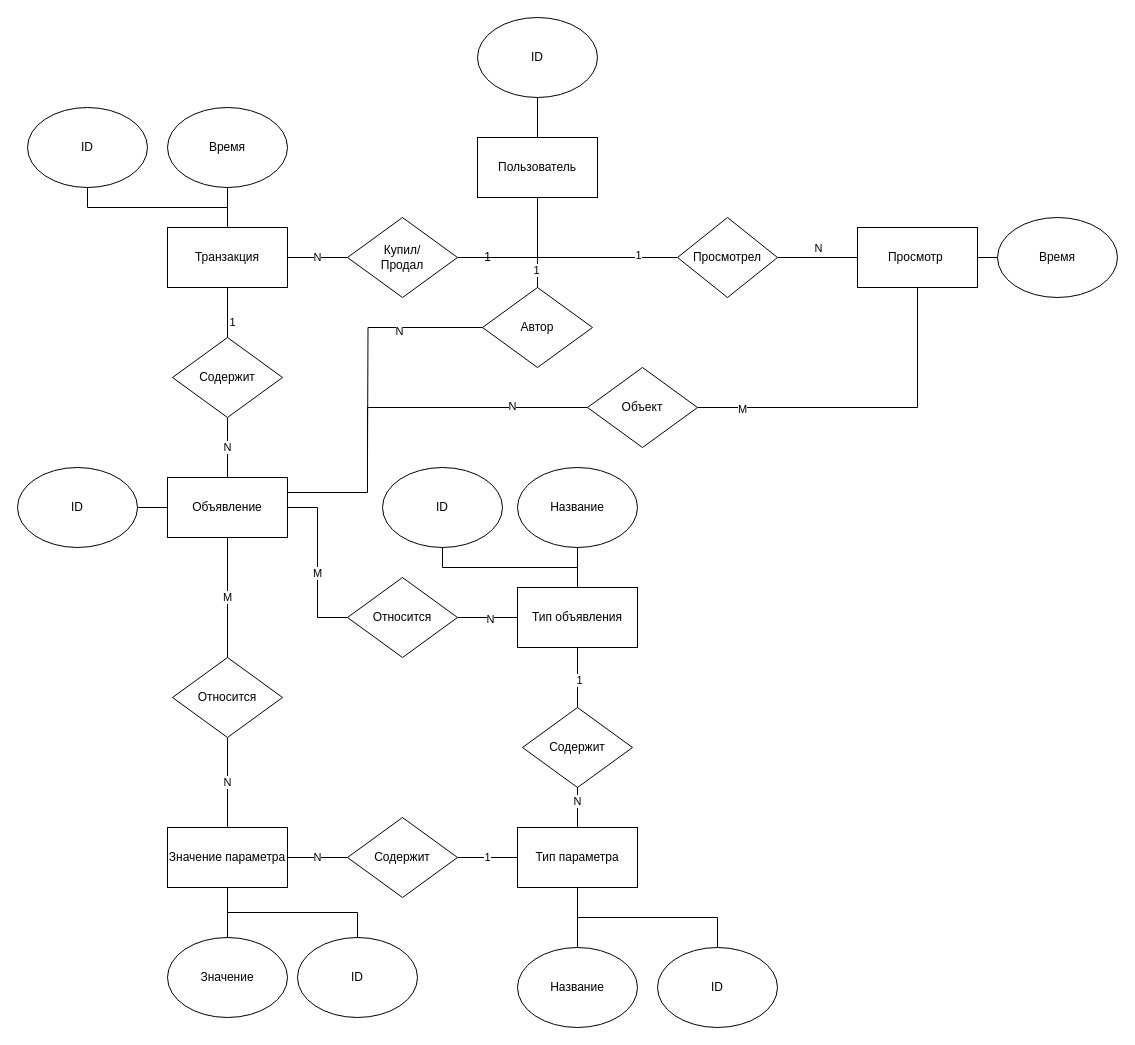
Holodome/maweituo keeps this draw.io diagram as docs/img/algo-er.drawio. Above is the earlier version. Source tidied: cells renumbered, new cells numbered last; positions are measured from the earlier drawing's top-left corner, leaving out a move shared by most shapes. Both pictures are drawn from the tidied source at 100%, with x=0, y=0 at pixel (17, 17).
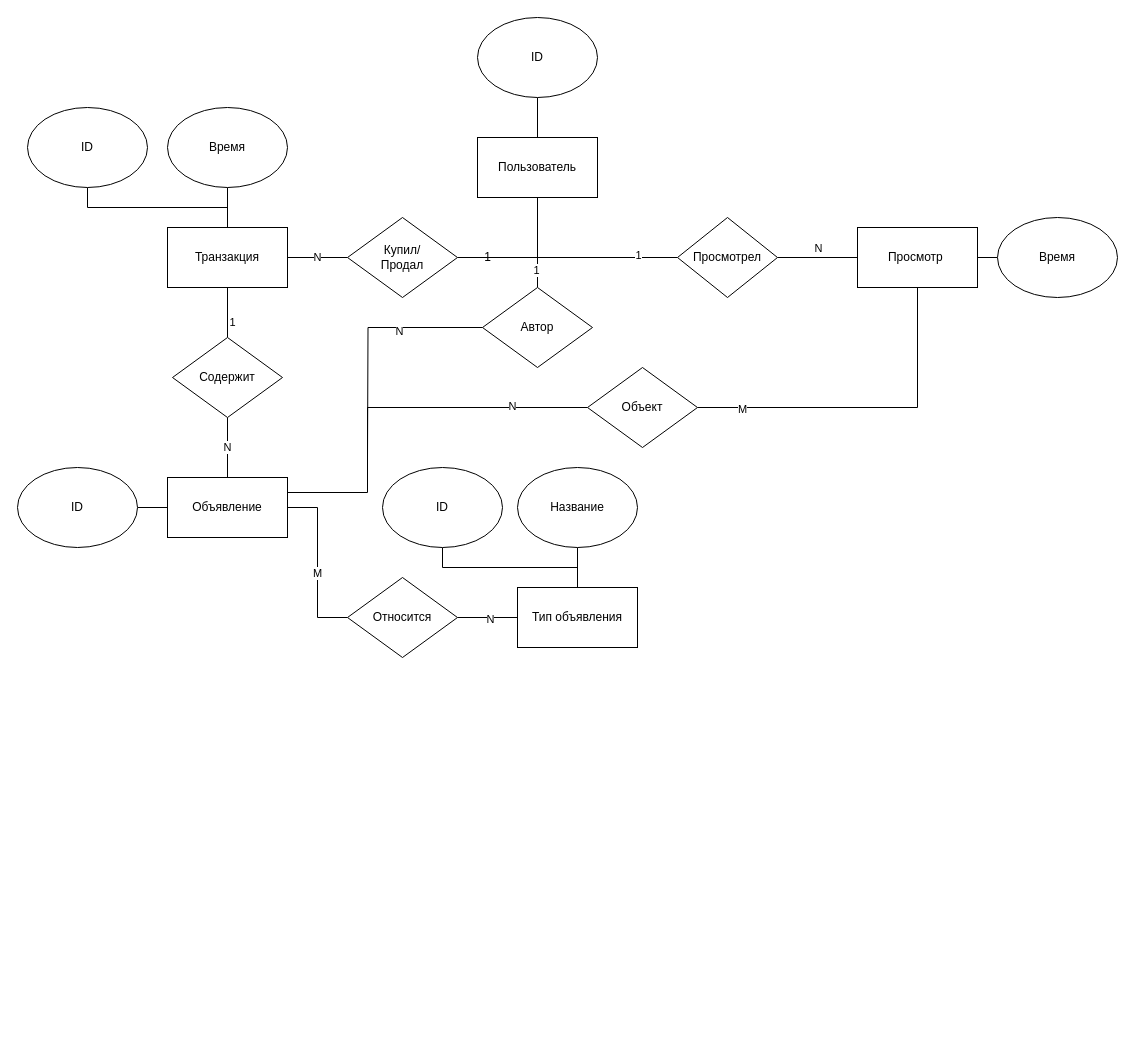
The same diagram, later.

The change refers to these unchanged cells:
```xml
<mxCell id="10" value="Тип объявления" style="rounded=0;whiteSpace=wrap;html=1;" parent="1" vertex="1">
  <mxGeometry x="500" y="570" width="120" height="60" as="geometry" />
</mxCell>
<mxCell id="31" value="Объявление" style="rounded=0;whiteSpace=wrap;html=1;" parent="1" vertex="1">
  <mxGeometry x="150" y="460" width="120" height="60" as="geometry" />
</mxCell>
```

The edit, as a diff of the source:
```diff
@@
-    <mxCell id="8" style="edgeStyle=orthogonalEdgeStyle;rounded=0;html=1;exitX=0.5;exitY=1;exitDx=0;exitDy=0;entryX=0.5;entryY=0;entryDx=0;entryDy=0;endArrow=none;endFill=0;" parent="1" edge="1" source="10" target="46">
-      <mxGeometry relative="1" as="geometry" />
-    </mxCell>
-    <mxCell id="9" value="1" style="edgeLabel;html=1;align=center;verticalAlign=middle;" parent="8" vertex="1">
-      <mxGeometry x="0.08" y="1" relative="1" as="geometry" />
-    </mxCell>
@@
-    <mxCell id="11" value="1" style="edgeStyle=orthogonalEdgeStyle;rounded=0;html=1;exitX=0;exitY=0.5;exitDx=0;exitDy=0;entryX=1;entryY=0.5;entryDx=0;entryDy=0;endArrow=none;endFill=0;" parent="1" edge="1" source="13" target="59">
-      <mxGeometry relative="1" as="geometry" />
-    </mxCell>
-    <mxCell id="12" style="edgeStyle=orthogonalEdgeStyle;rounded=0;html=1;exitX=0.5;exitY=1;exitDx=0;exitDy=0;entryX=0.5;entryY=0;entryDx=0;entryDy=0;endArrow=none;endFill=0;" parent="1" edge="1" source="13" target="60">
-      <mxGeometry relative="1" as="geometry" />
-    </mxCell>
-    <mxCell id="13" value="Тип параметра" style="rounded=0;whiteSpace=wrap;html=1;" parent="1" vertex="1">
-      <mxGeometry x="500" y="810" width="120" height="60" as="geometry" />
-    </mxCell>
@@
-    <mxCell id="29" value="M" style="edgeStyle=orthogonalEdgeStyle;rounded=0;html=1;exitX=0.5;exitY=1;exitDx=0;exitDy=0;entryX=0.5;entryY=0;entryDx=0;entryDy=0;endArrow=none;endFill=0;" parent="1" edge="1" source="31" target="57">
-      <mxGeometry relative="1" as="geometry" />
-    </mxCell>
@@
-    <mxCell id="44" style="edgeStyle=orthogonalEdgeStyle;rounded=0;html=1;exitX=0.5;exitY=1;exitDx=0;exitDy=0;entryX=0.5;entryY=0;entryDx=0;entryDy=0;endArrow=none;endFill=0;" parent="1" edge="1" source="46" target="13">
-      <mxGeometry relative="1" as="geometry" />
-    </mxCell>
-    <mxCell id="45" value="N" style="edgeLabel;html=1;align=center;verticalAlign=middle;" parent="44" vertex="1">
-      <mxGeometry x="-0.37" y="-1" relative="1" as="geometry" />
-    </mxCell>
-    <mxCell id="46" value="Содержит" style="rhombus;whiteSpace=wrap;html=1;" parent="1" vertex="1">
-      <mxGeometry x="505" y="690" width="110" height="80" as="geometry" />
-    </mxCell>
@@
-    <mxCell id="54" style="edgeStyle=orthogonalEdgeStyle;rounded=0;html=1;exitX=0.5;exitY=1;exitDx=0;exitDy=0;entryX=0.5;entryY=0;entryDx=0;entryDy=0;endArrow=none;endFill=0;" parent="1" edge="1" source="55" target="63">
-      <mxGeometry relative="1" as="geometry" />
-    </mxCell>
-    <mxCell id="55" value="Значение параметра" style="rounded=0;whiteSpace=wrap;html=1;" parent="1" vertex="1">
-      <mxGeometry x="150" y="810" width="120" height="60" as="geometry" />
-    </mxCell>
-    <mxCell id="56" value="N" style="edgeStyle=orthogonalEdgeStyle;rounded=0;html=1;exitX=0.5;exitY=1;exitDx=0;exitDy=0;entryX=0.5;entryY=0;entryDx=0;entryDy=0;endArrow=none;endFill=0;" parent="1" edge="1" source="57" target="55">
-      <mxGeometry relative="1" as="geometry" />
-    </mxCell>
-    <mxCell id="57" value="Относится" style="rhombus;whiteSpace=wrap;html=1;" parent="1" vertex="1">
-      <mxGeometry x="155" y="640" width="110" height="80" as="geometry" />
-    </mxCell>
-    <mxCell id="58" value="N" style="edgeStyle=orthogonalEdgeStyle;rounded=0;html=1;exitX=0;exitY=0.5;exitDx=0;exitDy=0;entryX=1;entryY=0.5;entryDx=0;entryDy=0;endArrow=none;endFill=0;" parent="1" edge="1" source="59" target="55">
-      <mxGeometry relative="1" as="geometry" />
-    </mxCell>
-    <mxCell id="59" value="Содержит" style="rhombus;whiteSpace=wrap;html=1;" parent="1" vertex="1">
-      <mxGeometry x="330" y="800" width="110" height="80" as="geometry" />
-    </mxCell>
-    <mxCell id="60" value="Название" style="ellipse;whiteSpace=wrap;html=1;" parent="1" vertex="1">
-      <mxGeometry x="500" y="930" width="120" height="80" as="geometry" />
-    </mxCell>
-    <mxCell id="61" style="edgeStyle=orthogonalEdgeStyle;rounded=0;html=1;exitX=0.5;exitY=0;exitDx=0;exitDy=0;entryX=0.5;entryY=1;entryDx=0;entryDy=0;endArrow=none;endFill=0;" parent="1" edge="1" source="62" target="13">
-      <mxGeometry relative="1" as="geometry" />
-    </mxCell>
-    <mxCell id="62" value="ID" style="ellipse;whiteSpace=wrap;html=1;" parent="1" vertex="1">
-      <mxGeometry x="640" y="930" width="120" height="80" as="geometry" />
-    </mxCell>
-    <mxCell id="63" value="Значение" style="ellipse;whiteSpace=wrap;html=1;" parent="1" vertex="1">
-      <mxGeometry x="150" y="920" width="120" height="80" as="geometry" />
-    </mxCell>
-    <mxCell id="64" style="edgeStyle=orthogonalEdgeStyle;rounded=0;html=1;exitX=0.5;exitY=0;exitDx=0;exitDy=0;entryX=0.5;entryY=1;entryDx=0;entryDy=0;endArrow=none;endFill=0;" parent="1" edge="1" source="65" target="55">
-      <mxGeometry relative="1" as="geometry" />
-    </mxCell>
-    <mxCell id="65" value="ID" style="ellipse;whiteSpace=wrap;html=1;" parent="1" vertex="1">
-      <mxGeometry x="280" y="920" width="120" height="80" as="geometry" />
-    </mxCell>
```
